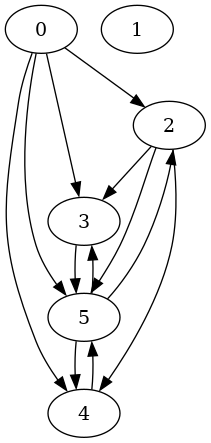
The Graphviz diagram routing_graph.png in XushengLuo92/Hierarchical-LTL, before a commit. Its source is kept beside it as routing_graph.dot.
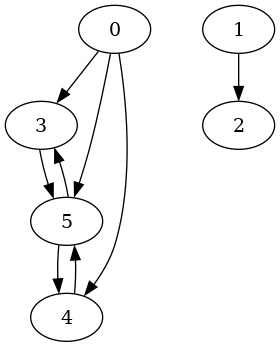
The same file after the commit.

Diff of the diagram source:
```diff
@@ -1,21 +1,17 @@
 strict digraph "" {
 	graph [type=routing_graph];
 	0	[location_type_component_task_element="['r1', 1, 1, -1]"];
-	2	[location_type_component_task_element="['p1', 1, 1, 'p0', 3]"];
-	0 -> 2	[weight=10];
-	3	[location_type_component_task_element="['p2', 1, 1, 'p100', 1]"];
+	3	[location_type_component_task_element="['p3', 1, 1, 'p100', 2]"];
 	0 -> 3	[weight=10];
 	4	[location_type_component_task_element="['p4', 1, 1, 'p200', 1]"];
 	0 -> 4	[weight=10];
 	5	[location_type_component_task_element="['p5', 1, 1, 'p300', 1]"];
 	0 -> 5	[weight=10];
 	1	[location_type_component_task_element="['r2', 2, 1, -1]"];
-	2 -> 3	[weight=10];
-	2 -> 4	[weight=10];
-	2 -> 5	[weight=10];
+	2	[location_type_component_task_element="['p2', 2, 1, 'p100', 1]"];
+	1 -> 2	[weight=10];
 	3 -> 5	[weight=10];
 	4 -> 5	[weight=10];
-	5 -> 2	[weight=10];
 	5 -> 3	[weight=10];
 	5 -> 4	[weight=10];
 }
```
